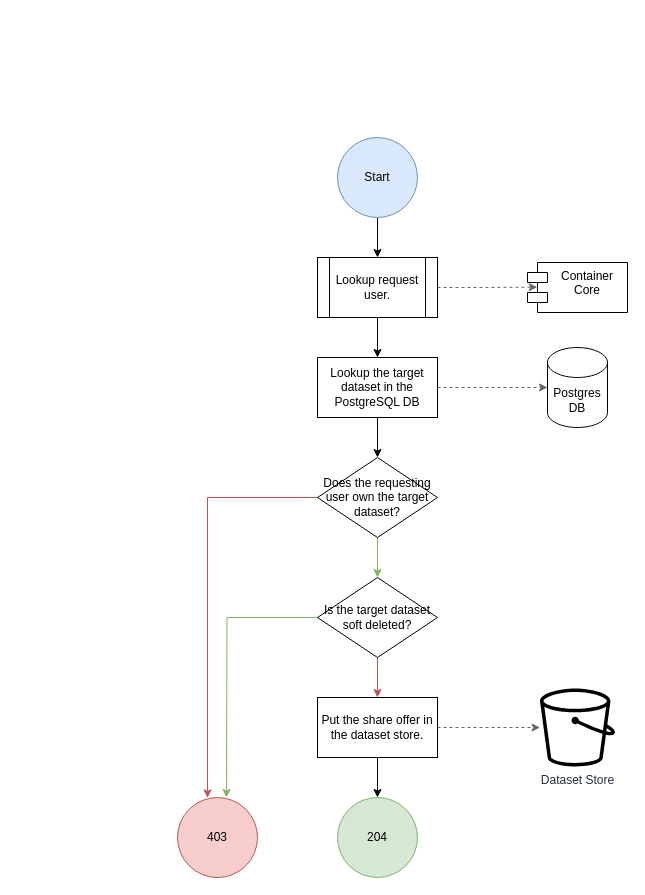
VEuPathDB/vdi-service keeps this draw.io diagram as docs/design/1.0/diagrams/share-offer.drawio. Above is the earlier version. Source tidied: cells renumbered, new cells numbered last; positions are measured from the earlier drawing's top-left corner, leaving out a move shared by most shapes. Both pictures are drawn from the tidied source at 100%, with x=0, y=0 at pixel (177, 137).
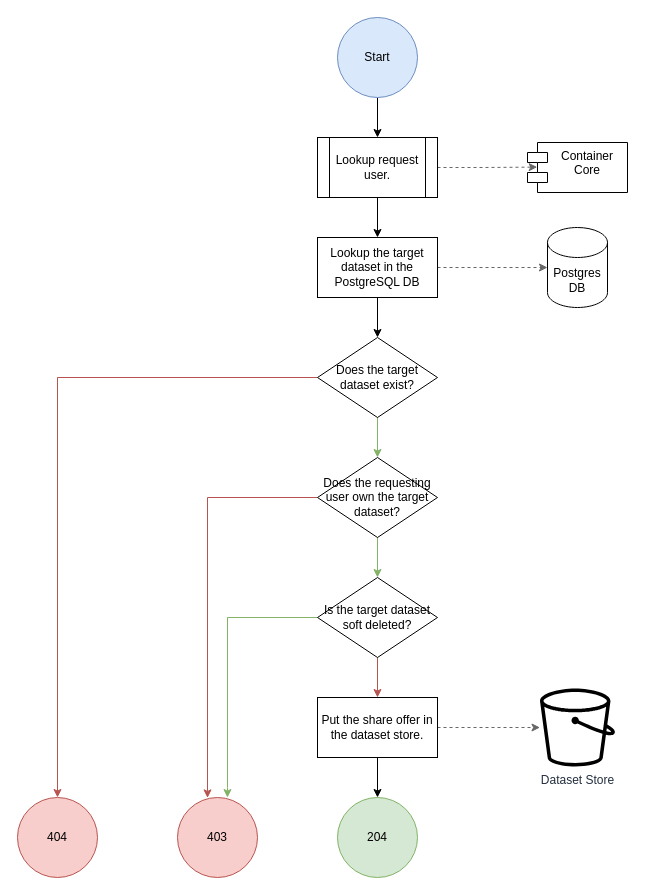
After the change.

Unchanged cells that the change refers to:
```xml
<mxCell id="14" value="Does the requesting user own the target dataset?" style="rhombus;whiteSpace=wrap;html=1;" parent="1" vertex="1">
  <mxGeometry x="140" y="320" width="120" height="80" as="geometry" />
</mxCell>
<mxCell id="15" value="403" style="ellipse;whiteSpace=wrap;html=1;fillColor=#f8cecc;strokeColor=#b85450;" parent="1" vertex="1">
  <mxGeometry y="660" width="80" height="80" as="geometry" />
</mxCell>
<mxCell id="18" value="Is the target dataset soft deleted?" style="rhombus;whiteSpace=wrap;html=1;" parent="1" vertex="1">
  <mxGeometry x="140" y="440" width="120" height="80" as="geometry" />
</mxCell>
```

The edit, as a diff of the source:
```diff
@@
     <mxCell id="3" value="Start" style="ellipse;whiteSpace=wrap;html=1;fillColor=#dae8fc;strokeColor=#6c8ebf;" parent="1" vertex="1">
-      <mxGeometry x="160" width="80" height="80" as="geometry" />
+      <mxGeometry x="160" y="-120" width="80" height="80" as="geometry" />
     </mxCell>
@@
     <mxCell id="6" value="Lookup request user." style="shape=process;whiteSpace=wrap;html=1;backgroundOutline=1;" parent="1" vertex="1">
-      <mxGeometry x="140" y="120" width="120" height="60" as="geometry" />
+      <mxGeometry x="140" width="120" height="60" as="geometry" />
     </mxCell>
     <mxCell id="7" value="Container&#10;Core" style="shape=module;align=left;spacingLeft=20;align=center;verticalAlign=top;" parent="1" vertex="1">
-      <mxGeometry x="350" y="125" width="100" height="50" as="geometry" />
+      <mxGeometry x="350" y="5" width="100" height="50" as="geometry" />
     </mxCell>
@@
-    <mxCell id="9" style="edgeStyle=orthogonalEdgeStyle;rounded=0;jettySize=auto;html=1;exitX=0.5;exitY=1;exitDx=0;exitDy=0;entryX=0.5;entryY=0;entryDx=0;entryDy=0;" parent="1" edge="1" source="10" target="14">
-      <mxGeometry relative="1" as="geometry" />
-    </mxCell>
+    <mxCell id="24" style="edgeStyle=orthogonalEdgeStyle;rounded=0;jettySize=auto;html=1;exitX=0.5;exitY=1;exitDx=0;exitDy=0;entryX=0.5;entryY=0;entryDx=0;entryDy=0;" parent="1" edge="1" source="10" target="27">
+      <mxGeometry relative="1" as="geometry" />
+    </mxCell>
     <mxCell id="10" value="Lookup the target dataset in the PostgreSQL DB" style="rounded=0;whiteSpace=wrap;html=1;" parent="1" vertex="1">
-      <mxGeometry x="140" y="220" width="120" height="60" as="geometry" />
+      <mxGeometry x="140" y="100" width="120" height="60" as="geometry" />
     </mxCell>
     <mxCell id="11" value="Postgres&lt;br&gt;DB" style="shape=cylinder3;whiteSpace=wrap;html=1;boundedLbl=1;backgroundOutline=1;size=15;" parent="1" vertex="1">
-      <mxGeometry x="370" y="210" width="60" height="80" as="geometry" />
+      <mxGeometry x="370" y="90" width="60" height="80" as="geometry" />
     </mxCell>
@@
-    <mxCell id="16" style="edgeStyle=orthogonalEdgeStyle;rounded=0;jettySize=auto;html=1;exitX=0;exitY=0.5;exitDx=0;exitDy=0;fillColor=#d5e8d4;strokeColor=#82b366;" parent="1" edge="1" source="18">
+    <mxCell id="16" style="edgeStyle=orthogonalEdgeStyle;rounded=0;jettySize=auto;html=1;exitX=0;exitY=0.5;exitDx=0;exitDy=0;fillColor=#d5e8d4;strokeColor=#82b366;entryX=0.624;entryY=0.001;entryDx=0;entryDy=0;entryPerimeter=0;" parent="1" edge="1" source="18" target="15">
       <mxGeometry relative="1" as="geometry">
-        <mxPoint x="49" y="660" as="targetPoint" />
+        <Array as="points">
+          <mxPoint x="50" y="480" />
+          <mxPoint x="50" y="650" />
+        </Array>
       </mxGeometry>
     </mxCell>
@@
+    <mxCell id="25" style="edgeStyle=orthogonalEdgeStyle;rounded=0;jettySize=auto;html=1;exitX=0.5;exitY=1;exitDx=0;exitDy=0;entryX=0.5;entryY=0;entryDx=0;entryDy=0;fillColor=#d5e8d4;strokeColor=#82b366;" parent="1" edge="1" source="27" target="14">
+      <mxGeometry relative="1" as="geometry" />
+    </mxCell>
+    <mxCell id="26" style="edgeStyle=orthogonalEdgeStyle;rounded=0;jettySize=auto;html=1;exitX=0;exitY=0.5;exitDx=0;exitDy=0;entryX=0.5;entryY=0;entryDx=0;entryDy=0;fillColor=#f8cecc;strokeColor=#b85450;" parent="1" edge="1" source="27" target="28">
+      <mxGeometry relative="1" as="geometry" />
+    </mxCell>
+    <mxCell id="27" value="Does the target dataset exist?" style="rhombus;whiteSpace=wrap;html=1;" parent="1" vertex="1">
+      <mxGeometry x="140" y="200" width="120" height="80" as="geometry" />
+    </mxCell>
+    <mxCell id="28" value="404" style="ellipse;whiteSpace=wrap;html=1;fillColor=#f8cecc;strokeColor=#b85450;" parent="1" vertex="1">
+      <mxGeometry x="-160" y="660" width="80" height="80" as="geometry" />
+    </mxCell>
```
